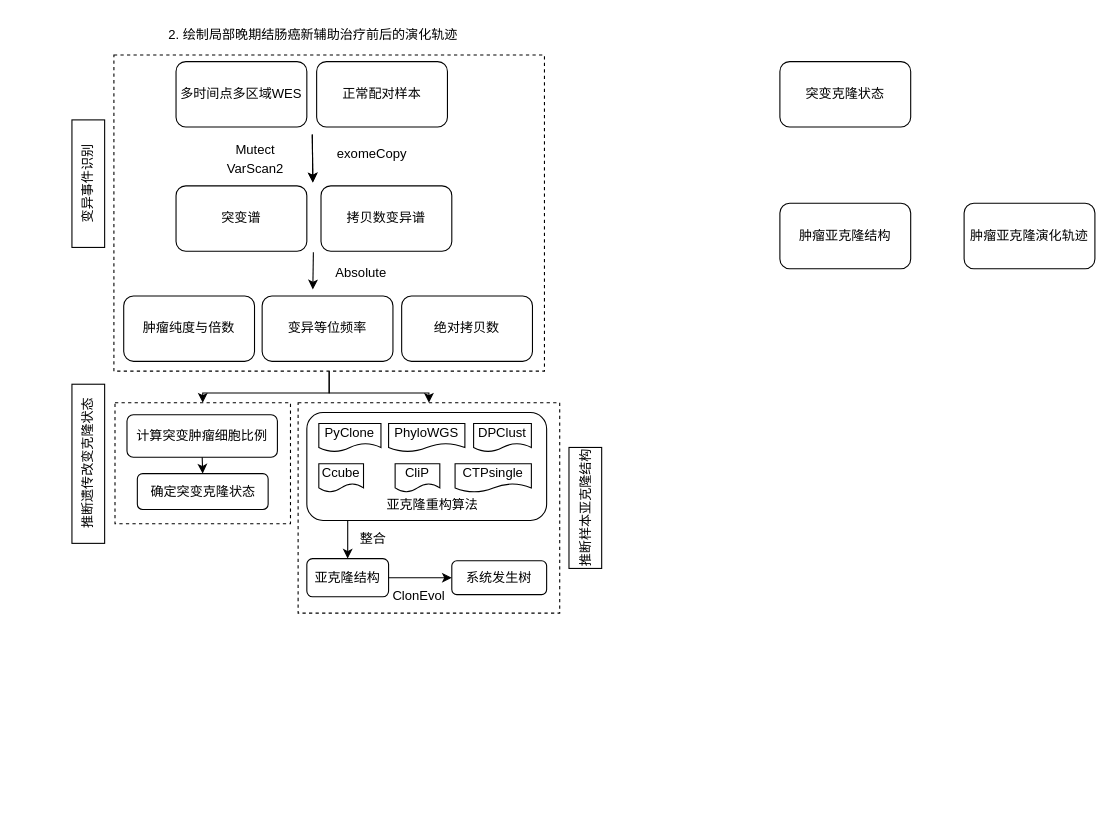
HushWay/MyTypora keeps this draw.io diagram as Untitled Diagram.drawio. Above is the earlier version. Source tidied: cells renumbered, new cells numbered last; positions are measured from the earlier drawing's top-left corner, leaving out a move shared by most shapes. Both pictures are drawn from the tidied source at 109%, with x=0, y=0 at pixel (9, 19).
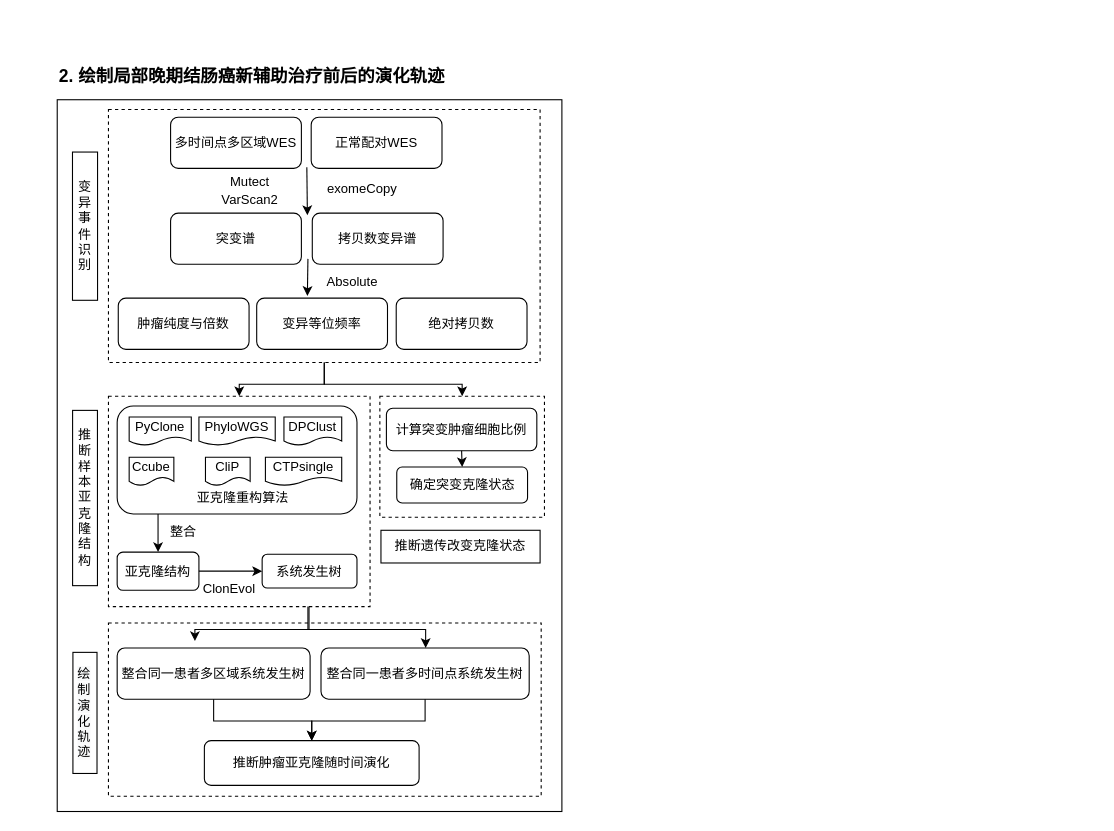
After the change.

Diff of the diagram source:
```diff
@@
-    <mxCell id="2" value="2. 绘制局部晚期结肠癌新辅助治疗前后的演化轨迹" style="text;html=1;strokeColor=none;fillColor=none;align=center;verticalAlign=middle;whiteSpace=wrap;rounded=0;" parent="1" vertex="1">
-      <mxGeometry x="9" width="540" height="30" as="geometry" />
+    <mxCell id="2" value="2. 绘制局部晚期结肠癌新辅助治疗前后的演化轨迹" style="text;html=1;strokeColor=none;fillColor=none;align=left;verticalAlign=middle;whiteSpace=wrap;rounded=0;fontStyle=1;fontSize=16;" parent="1" vertex="1">
+      <mxGeometry x="44" y="37" width="540" height="30" as="geometry" />
     </mxCell>
-    <mxCell id="3" value="突变克隆状态" style="rounded=1;whiteSpace=wrap;html=1;" parent="1" vertex="1">
-      <mxGeometry x="707" y="39" width="120" height="60" as="geometry" />
-    </mxCell>
-    <mxCell id="4" value="肿瘤亚克隆结构" style="rounded=1;whiteSpace=wrap;html=1;" parent="1" vertex="1">
-      <mxGeometry x="707" y="169" width="120" height="60" as="geometry" />
-    </mxCell>
-    <mxCell id="5" value="肿瘤亚克隆演化轨迹" style="rounded=1;whiteSpace=wrap;html=1;" parent="1" vertex="1">
-      <mxGeometry x="876" y="169" width="120" height="60" as="geometry" />
-    </mxCell>
-    <mxCell id="6" value="变异事件识别" style="text;html=1;strokeColor=default;fillColor=none;align=center;verticalAlign=middle;whiteSpace=wrap;rounded=0;rotation=-90;" parent="1" vertex="1">
-      <mxGeometry x="14" y="136" width="117" height="30" as="geometry" />
-    </mxCell>
-    <mxCell id="7" style="edgeStyle=orthogonalEdgeStyle;rounded=0;jettySize=auto;html=1;exitX=0.5;exitY=1;exitDx=0;exitDy=0;entryX=0.5;entryY=0;entryDx=0;entryDy=0;" parent="1" edge="1" source="9" target="29">
-      <mxGeometry relative="1" as="geometry" />
-    </mxCell>
-    <mxCell id="8" style="edgeStyle=orthogonalEdgeStyle;rounded=0;jettySize=auto;html=1;exitX=0.5;exitY=1;exitDx=0;exitDy=0;entryX=0.5;entryY=0;entryDx=0;entryDy=0;" parent="1" edge="1" source="9" target="34">
-      <mxGeometry relative="1" as="geometry" />
-    </mxCell>
-    <mxCell id="9" style="rounded=0;whiteSpace=wrap;html=1;shadow=0;sketch=0;strokeWidth=1;fillColor=none;dashed=1;" parent="1" vertex="1">
-      <mxGeometry x="96" y="33" width="395" height="290" as="geometry" />
-    </mxCell>
-    <mxCell id="10" style="group;" parent="1" vertex="1">
-      <mxGeometry x="105" y="39" width="375" height="275" as="geometry" />
-    </mxCell>
-    <mxCell id="11" value="多时间点多区域WES" style="rounded=1;whiteSpace=wrap;html=1;" parent="10" vertex="1">
-      <mxGeometry x="48" width="120" height="60" as="geometry" />
-    </mxCell>
-    <mxCell id="12" value="正常配对样本" style="rounded=1;whiteSpace=wrap;html=1;" parent="10" vertex="1">
-      <mxGeometry x="177" width="120" height="60" as="geometry" />
-    </mxCell>
-    <mxCell id="13" value="突变谱" style="rounded=1;whiteSpace=wrap;html=1;" parent="10" vertex="1">
-      <mxGeometry x="48" y="114" width="120" height="60" as="geometry" />
-    </mxCell>
-    <mxCell id="14" value="拷贝数变异谱" style="rounded=1;whiteSpace=wrap;html=1;" parent="10" vertex="1">
-      <mxGeometry x="181" y="114" width="120" height="60" as="geometry" />
-    </mxCell>
-    <mxCell id="15" value="exomeCopy" style="text;html=1;strokeColor=none;fillColor=none;align=center;verticalAlign=middle;whiteSpace=wrap;rounded=0;dashed=1;" parent="10" vertex="1">
-      <mxGeometry x="198" y="70" width="60" height="30" as="geometry" />
-    </mxCell>
-    <mxCell id="16" value="Mutect" style="text;html=1;strokeColor=none;fillColor=none;align=center;verticalAlign=middle;whiteSpace=wrap;rounded=0;dashed=1;" parent="10" vertex="1">
-      <mxGeometry x="91" y="66" width="60" height="30" as="geometry" />
-    </mxCell>
-    <mxCell id="17" value="VarScan2" style="text;html=1;strokeColor=none;fillColor=none;align=center;verticalAlign=middle;whiteSpace=wrap;rounded=0;dashed=1;" parent="10" vertex="1">
-      <mxGeometry x="91" y="84" width="60" height="30" as="geometry" />
-    </mxCell>
-    <mxCell id="18" style="endArrow=classic;html=1;rounded=0;" parent="10" edge="1">
-      <mxGeometry relative="1" as="geometry">
-        <mxPoint x="173" y="67" as="sourcePoint" />
-        <mxPoint x="173.5" y="110.9" as="targetPoint" />
-      </mxGeometry>
-    </mxCell>
-    <mxCell id="19" style="group;" parent="10" vertex="1">
-      <mxGeometry y="215" width="375" height="60" as="geometry" />
-    </mxCell>
-    <mxCell id="20" value="肿瘤纯度与倍数" style="rounded=1;whiteSpace=wrap;html=1;" parent="19" vertex="1">
-      <mxGeometry width="120" height="60" as="geometry" />
-    </mxCell>
-    <mxCell id="21" value="变异等位频率" style="rounded=1;whiteSpace=wrap;html=1;" parent="19" vertex="1">
-      <mxGeometry x="127" width="120" height="60" as="geometry" />
-    </mxCell>
-    <mxCell id="22" value="绝对拷贝数" style="rounded=1;whiteSpace=wrap;html=1;" parent="19" vertex="1">
-      <mxGeometry x="255" width="120" height="60" as="geometry" />
-    </mxCell>
-    <mxCell id="23" style="endArrow=classic;html=1;rounded=0;" parent="10" edge="1">
-      <mxGeometry relative="1" as="geometry">
-        <mxPoint x="174" y="175" as="sourcePoint" />
-        <mxPoint x="173.5" y="209" as="targetPoint" />
-      </mxGeometry>
-    </mxCell>
-    <mxCell id="24" value="Absolute" style="text;html=1;strokeColor=none;fillColor=none;align=center;verticalAlign=middle;whiteSpace=wrap;rounded=0;shadow=0;sketch=0;" parent="10" vertex="1">
-      <mxGeometry x="188" y="179" width="60" height="30" as="geometry" />
-    </mxCell>
-    <mxCell id="25" value="推断遗传改变克隆状态" style="text;html=1;strokeColor=default;fillColor=none;align=center;verticalAlign=middle;whiteSpace=wrap;rounded=0;shadow=0;sketch=0;rotation=-90;" parent="1" vertex="1">
-      <mxGeometry x="-0.5" y="393" width="146" height="30" as="geometry" />
+    <mxCell id="25" value="推断遗传改变克隆状态" style="text;html=1;strokeColor=default;fillColor=none;align=center;verticalAlign=middle;whiteSpace=wrap;rounded=0;shadow=0;sketch=0;rotation=0;" parent="1" vertex="1">
+      <mxGeometry x="341" y="469" width="146" height="30" as="geometry" />
     </mxCell>
-    <mxCell id="26" style="endArrow=classic;html=1;rounded=0;" parent="1" edge="1">
-      <mxGeometry relative="1" as="geometry">
-        <mxPoint x="278" y="106" as="sourcePoint" />
-        <mxPoint x="278.5" y="149.9" as="targetPoint" />
-      </mxGeometry>
-    </mxCell>
-    <mxCell id="27" value="推断样本亚克隆结构" style="text;html=1;strokeColor=default;fillColor=none;align=center;verticalAlign=middle;whiteSpace=wrap;rounded=0;shadow=0;sketch=0;rotation=-90;" parent="1" vertex="1">
-      <mxGeometry x="473" y="433.5" width="111" height="30" as="geometry" />
+    <mxCell id="27" value="推断样本亚克隆结构" style="text;html=1;strokeColor=default;fillColor=none;align=center;verticalAlign=middle;whiteSpace=wrap;rounded=0;shadow=0;sketch=0;rotation=0;" parent="1" vertex="1">
+      <mxGeometry x="58.1" y="359" width="22.8" height="160.8" as="geometry" />
     </mxCell>
-    <mxCell id="28" style="group;" parent="1" vertex="1">
-      <mxGeometry x="97" y="352" width="161" height="111" as="geometry" />
-    </mxCell>
+    <mxCell id="53" value="推断肿瘤亚克隆随时间演化" style="rounded=1;whiteSpace=wrap;html=1;shadow=0;sketch=0;strokeColor=default;strokeWidth=1;fillColor=none;" parent="1" vertex="1">
+      <mxGeometry x="179" y="662" width="197" height="41" as="geometry" />
+    </mxCell>
+    <mxCell id="54" style="edgeStyle=orthogonalEdgeStyle;rounded=0;jettySize=auto;html=1;entryX=0.5;entryY=0;entryDx=0;entryDy=0;" parent="1" edge="1" source="55" target="53">
+      <mxGeometry relative="1" as="geometry" />
+    </mxCell>
+    <mxCell id="55" value="整合同一患者多区域系统发生树" style="rounded=1;whiteSpace=wrap;html=1;shadow=0;sketch=0;strokeColor=default;strokeWidth=1;fillColor=none;" parent="1" vertex="1">
+      <mxGeometry x="99" y="577" width="177" height="47" as="geometry" />
+    </mxCell>
+    <mxCell id="56" value="&lt;span style=&quot;color: rgb(0, 0, 0); font-family: helvetica; font-size: 12px; font-style: normal; font-weight: 400; letter-spacing: normal; text-indent: 0px; text-transform: none; word-spacing: 0px; background-color: rgb(248, 249, 250); display: inline; float: none;&quot;&gt;绘制演化轨迹&lt;/span&gt;" style="text;whiteSpace=wrap;html=1;rotation=0;strokeColor=default;align=center;verticalAlign=middle;" parent="1" vertex="1">
+      <mxGeometry x="58.4" y="581" width="22.1" height="111.1" as="geometry" />
+    </mxCell>
+    <mxCell id="57" style="group;" parent="1" vertex="1">
+      <mxGeometry x="340" y="346" width="151" height="111" as="geometry" />
+    </mxCell>
-    <mxCell id="29" style="rounded=0;whiteSpace=wrap;html=1;shadow=0;sketch=0;strokeColor=default;strokeWidth=1;fillColor=none;dashed=1;" parent="28" vertex="1">
-      <mxGeometry width="161" height="111" as="geometry" />
+    <mxCell id="29" style="rounded=0;whiteSpace=wrap;html=1;shadow=0;sketch=0;strokeColor=default;strokeWidth=1;fillColor=none;dashed=1;" parent="57" vertex="1">
+      <mxGeometry width="151" height="111" as="geometry" />
     </mxCell>
-    <mxCell id="30" value="计算突变肿瘤细胞比例" style="rounded=1;whiteSpace=wrap;html=1;shadow=0;sketch=0;strokeColor=default;strokeWidth=1;fillColor=none;" parent="28" vertex="1">
-      <mxGeometry x="11" y="11" width="138" height="39" as="geometry" />
+    <mxCell id="30" value="计算突变肿瘤细胞比例" style="rounded=1;whiteSpace=wrap;html=1;shadow=0;sketch=0;strokeColor=default;strokeWidth=1;fillColor=none;" parent="57" vertex="1">
+      <mxGeometry x="6" y="11" width="138" height="39" as="geometry" />
     </mxCell>
-    <mxCell id="31" value="确定突变克隆状态" style="rounded=1;whiteSpace=wrap;html=1;shadow=0;sketch=0;strokeColor=default;strokeWidth=1;fillColor=none;" parent="28" vertex="1">
-      <mxGeometry x="20.5" y="65" width="120" height="33" as="geometry" />
+    <mxCell id="31" value="确定突变克隆状态" style="rounded=1;whiteSpace=wrap;html=1;shadow=0;sketch=0;strokeColor=default;strokeWidth=1;fillColor=none;" parent="57" vertex="1">
+      <mxGeometry x="15.5" y="65" width="120" height="33" as="geometry" />
     </mxCell>
-    <mxCell id="32" style="edgeStyle=orthogonalEdgeStyle;rounded=0;jettySize=auto;html=1;exitX=0.5;exitY=1;exitDx=0;exitDy=0;entryX=0.5;entryY=0;entryDx=0;entryDy=0;" parent="28" edge="1" source="30" target="31">
+    <mxCell id="32" style="edgeStyle=orthogonalEdgeStyle;rounded=0;jettySize=auto;html=1;exitX=0.5;exitY=1;exitDx=0;exitDy=0;entryX=0.5;entryY=0;entryDx=0;entryDy=0;" parent="57" edge="1" source="30" target="31">
       <mxGeometry relative="1" as="geometry" />
     </mxCell>
-    <mxCell id="33" style="group;" parent="1" vertex="1">
-      <mxGeometry x="265" y="352" width="240" height="193" as="geometry" />
-    </mxCell>
+    <mxCell id="58" style="edgeStyle=orthogonalEdgeStyle;rounded=0;jettySize=auto;html=1;entryX=0.5;entryY=0;entryDx=0;entryDy=0;" parent="1" edge="1" source="59" target="53">
+      <mxGeometry relative="1" as="geometry" />
+    </mxCell>
+    <mxCell id="59" value="整合同一患者多时间点系统发生树" style="rounded=1;whiteSpace=wrap;html=1;shadow=0;sketch=0;strokeColor=default;strokeWidth=1;fillColor=none;" parent="1" vertex="1">
+      <mxGeometry x="286" y="577" width="191" height="47" as="geometry" />
+    </mxCell>
+    <mxCell id="60" style="edgeStyle=orthogonalEdgeStyle;rounded=0;jettySize=auto;html=1;entryX=0.403;entryY=-0.135;entryDx=0;entryDy=0;entryPerimeter=0;" parent="1" edge="1" source="34" target="55">
+      <mxGeometry relative="1" as="geometry">
+        <Array as="points">
+          <mxPoint x="275" y="560" />
+          <mxPoint x="170" y="560" />
+        </Array>
+      </mxGeometry>
+    </mxCell>
+    <mxCell id="61" style="edgeStyle=orthogonalEdgeStyle;rounded=0;jettySize=auto;html=1;" parent="1" edge="1" source="34" target="59">
+      <mxGeometry relative="1" as="geometry">
+        <Array as="points">
+          <mxPoint x="274" y="560" />
+          <mxPoint x="382" y="560" />
+        </Array>
+      </mxGeometry>
+    </mxCell>
-    <mxCell id="34" style="rounded=0;whiteSpace=wrap;html=1;shadow=0;sketch=0;strokeColor=default;strokeWidth=1;fillColor=none;dashed=1;" parent="33" vertex="1">
-      <mxGeometry width="240" height="193" as="geometry" />
+    <mxCell id="34" style="rounded=0;whiteSpace=wrap;html=1;shadow=0;sketch=0;strokeColor=default;strokeWidth=1;fillColor=none;dashed=1;" parent="1" vertex="1">
+      <mxGeometry x="91" y="346" width="240" height="193" as="geometry" />
     </mxCell>
-    <mxCell id="35" style="group;" parent="33" vertex="1">
-      <mxGeometry x="8" y="9" width="220" height="183" as="geometry" />
+    <mxCell id="35" style="group;" parent="1" vertex="1">
+      <mxGeometry x="99" y="355" width="220" height="183" as="geometry" />
     </mxCell>
@@
+    <mxCell id="62" style="rounded=0;whiteSpace=wrap;html=1;shadow=0;sketch=0;strokeColor=default;strokeWidth=1;fillColor=none;dashed=1;" parent="1" vertex="1">
+      <mxGeometry x="91" y="554" width="397" height="159" as="geometry" />
+    </mxCell>
+    <mxCell id="63" style="edgeStyle=orthogonalEdgeStyle;rounded=0;jettySize=auto;html=1;entryX=0.5;entryY=0;entryDx=0;entryDy=0;" parent="1" edge="1" source="66" target="34">
+      <mxGeometry relative="1" as="geometry" />
+    </mxCell>
+    <mxCell id="64" style="edgeStyle=orthogonalEdgeStyle;rounded=0;jettySize=auto;html=1;entryX=0.5;entryY=0;entryDx=0;entryDy=0;" parent="1" edge="1" source="66" target="29">
+      <mxGeometry relative="1" as="geometry" />
+    </mxCell>
+    <mxCell id="6" value="变异事件识别" style="text;html=1;strokeColor=default;fillColor=none;align=center;verticalAlign=middle;rounded=0;rotation=0;whiteSpace=wrap;" parent="1" vertex="1">
+      <mxGeometry x="58" y="122" width="23" height="136" as="geometry" />
+    </mxCell>
+    <mxCell id="65" style="group;" parent="1" vertex="1">
+      <mxGeometry x="91" y="83" width="396" height="232" as="geometry" />
+    </mxCell>
+    <mxCell id="66" style="rounded=0;whiteSpace=wrap;html=1;shadow=0;dashed=1;sketch=0;strokeColor=default;strokeWidth=1;fillColor=none;" parent="65" vertex="1">
+      <mxGeometry width="396" height="232" as="geometry" />
+    </mxCell>
+    <mxCell id="26" style="endArrow=classic;html=1;rounded=0;" parent="65" edge="1">
+      <mxGeometry relative="1" as="geometry">
+        <mxPoint x="182" y="53" as="sourcePoint" />
+        <mxPoint x="182.5" y="96.9" as="targetPoint" />
+      </mxGeometry>
+    </mxCell>
+    <mxCell id="11" value="多时间点多区域WES" style="rounded=1;whiteSpace=wrap;html=1;" parent="65" vertex="1">
+      <mxGeometry x="57" y="7" width="120" height="47" as="geometry" />
+    </mxCell>
+    <mxCell id="12" value="正常配对WES" style="rounded=1;whiteSpace=wrap;html=1;" parent="65" vertex="1">
+      <mxGeometry x="186" y="7" width="120" height="47" as="geometry" />
+    </mxCell>
+    <mxCell id="13" value="突变谱" style="rounded=1;whiteSpace=wrap;html=1;" parent="65" vertex="1">
+      <mxGeometry x="57" y="95" width="120" height="47" as="geometry" />
+    </mxCell>
+    <mxCell id="14" value="拷贝数变异谱" style="rounded=1;whiteSpace=wrap;html=1;" parent="65" vertex="1">
+      <mxGeometry x="187" y="95" width="120" height="47" as="geometry" />
+    </mxCell>
+    <mxCell id="15" value="exomeCopy" style="text;html=1;strokeColor=none;fillColor=none;align=center;verticalAlign=middle;whiteSpace=wrap;rounded=0;dashed=1;" parent="65" vertex="1">
+      <mxGeometry x="203" y="58" width="60" height="30" as="geometry" />
+    </mxCell>
+    <mxCell id="16" value="Mutect" style="text;html=1;strokeColor=none;fillColor=none;align=center;verticalAlign=middle;whiteSpace=wrap;rounded=0;dashed=1;" parent="65" vertex="1">
+      <mxGeometry x="100" y="52" width="60" height="30" as="geometry" />
+    </mxCell>
+    <mxCell id="17" value="VarScan2" style="text;html=1;strokeColor=none;fillColor=none;align=center;verticalAlign=middle;whiteSpace=wrap;rounded=0;dashed=1;" parent="65" vertex="1">
+      <mxGeometry x="100" y="68" width="60" height="30" as="geometry" />
+    </mxCell>
+    <mxCell id="19" style="group;" parent="65" vertex="1">
+      <mxGeometry x="9" y="173" width="375" height="47" as="geometry" />
+    </mxCell>
+    <mxCell id="20" value="肿瘤纯度与倍数" style="rounded=1;whiteSpace=wrap;html=1;" parent="19" vertex="1">
+      <mxGeometry width="120" height="47" as="geometry" />
+    </mxCell>
+    <mxCell id="21" value="变异等位频率" style="rounded=1;whiteSpace=wrap;html=1;" parent="19" vertex="1">
+      <mxGeometry x="127" width="120" height="47" as="geometry" />
+    </mxCell>
+    <mxCell id="22" value="绝对拷贝数" style="rounded=1;whiteSpace=wrap;html=1;" parent="19" vertex="1">
+      <mxGeometry x="255" width="120" height="47" as="geometry" />
+    </mxCell>
+    <mxCell id="23" style="endArrow=classic;html=1;rounded=0;" parent="65" edge="1">
+      <mxGeometry relative="1" as="geometry">
+        <mxPoint x="183" y="137" as="sourcePoint" />
+        <mxPoint x="182.5" y="171" as="targetPoint" />
+      </mxGeometry>
+    </mxCell>
+    <mxCell id="24" value="Absolute" style="text;html=1;strokeColor=none;fillColor=none;align=center;verticalAlign=middle;whiteSpace=wrap;rounded=0;shadow=0;sketch=0;" parent="65" vertex="1">
+      <mxGeometry x="194" y="143" width="60" height="30" as="geometry" />
+    </mxCell>
+    <mxCell id="67" style="rounded=0;whiteSpace=wrap;html=1;shadow=0;sketch=0;fontSize=16;strokeColor=default;strokeWidth=1;fillColor=none;" parent="1" vertex="1">
+      <mxGeometry x="44" y="74" width="463" height="653" as="geometry" />
+    </mxCell>
```
